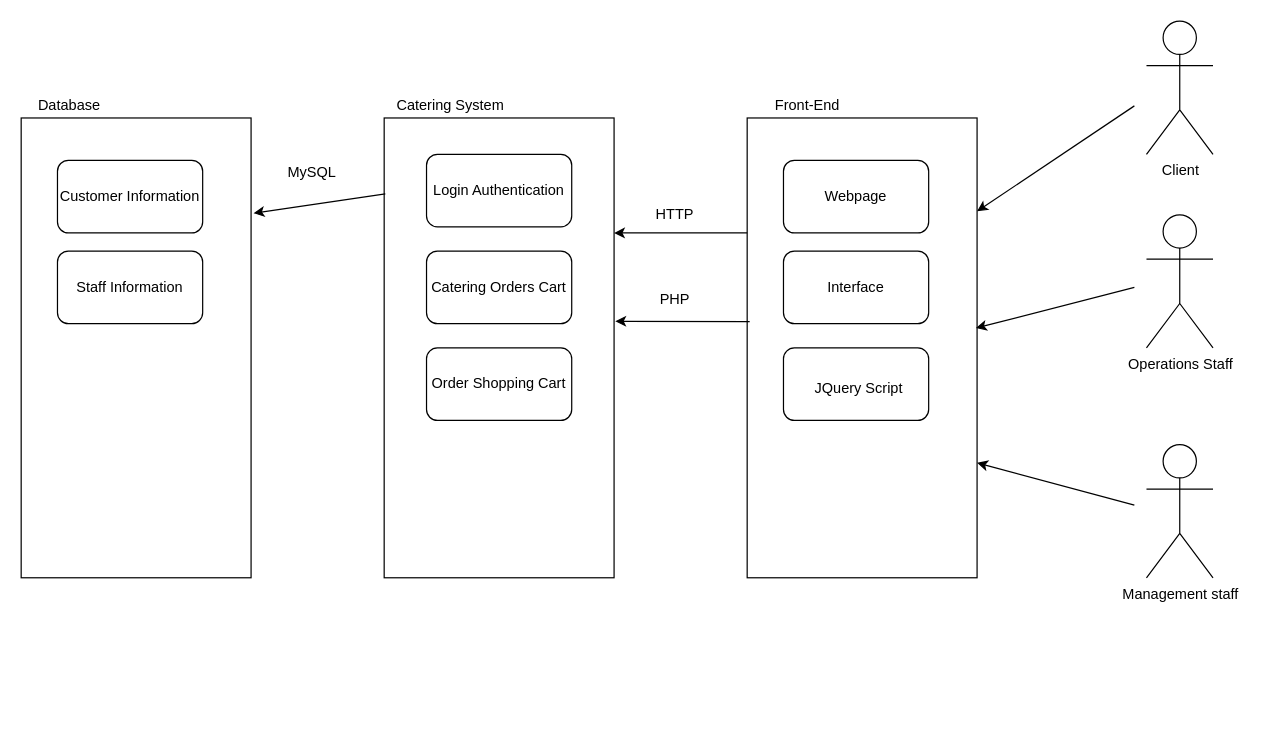
Earlier version of the draw.io diagram highLevelPasstask2DP2.drawio (LastMinuteBanter/DistinctionTaskUML). Source tidied: cells renumbered, new cells numbered last; positions are measured from the earlier drawing's top-left corner, leaving out a move shared by most shapes. Both pictures are drawn from the tidied source at 121%, with x=0, y=0 at pixel (21, 21).
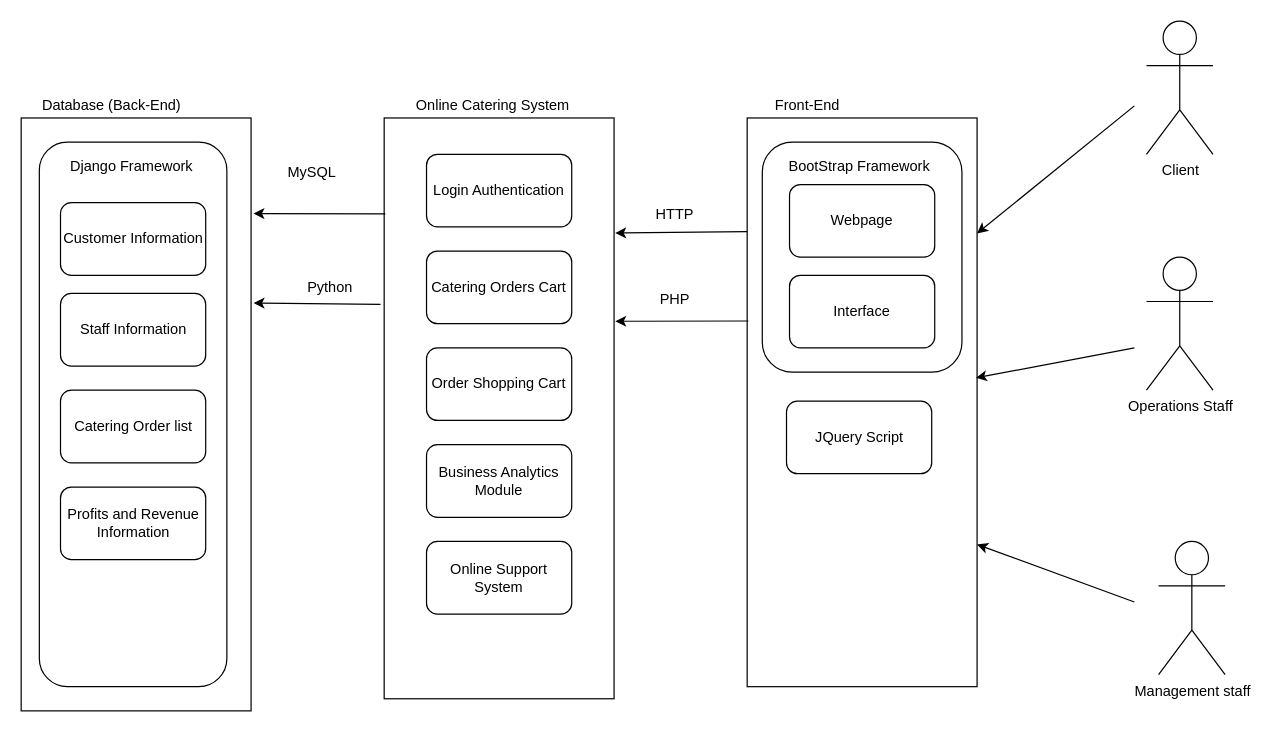
Above is the later version.

Diff of the diagram source:
```diff
@@
     <mxCell id="2" style="rounded=0;whiteSpace=wrap;html=1;" parent="1" vertex="1">
-      <mxGeometry x="600" y="80" width="190" height="380" as="geometry" />
+      <mxGeometry x="600" y="80" width="190" height="470" as="geometry" />
     </mxCell>
+    <mxCell id="32" style="rounded=1;whiteSpace=wrap;html=1;" parent="1" vertex="1">
+      <mxGeometry x="612.5" y="100" width="165" height="190" as="geometry" />
+    </mxCell>
+    <mxCell id="7" style="rounded=0;whiteSpace=wrap;html=1;" parent="1" vertex="1">
+      <mxGeometry y="80" width="190" height="490" as="geometry" />
+    </mxCell>
+    <mxCell id="33" style="rounded=1;whiteSpace=wrap;html=1;" parent="1" vertex="1">
+      <mxGeometry x="15" y="100" width="155" height="450" as="geometry" />
+    </mxCell>
-    <mxCell id="3" style="rounded=1;whiteSpace=wrap;html=1;" parent="1" vertex="1">
-      <mxGeometry x="630" y="115" width="120" height="60" as="geometry" />
+    <mxCell id="3" value="Webpage" style="rounded=1;whiteSpace=wrap;html=1;" parent="1" vertex="1">
+      <mxGeometry x="635" y="135" width="120" height="60" as="geometry" />
     </mxCell>
-    <mxCell id="4" style="rounded=1;whiteSpace=wrap;html=1;" parent="1" vertex="1">
-      <mxGeometry x="35" y="110" width="120" height="70" as="geometry" />
-    </mxCell>
@@
-    <mxCell id="6" value="Webpage" style="text;html=1;strokeColor=none;fillColor=none;align=center;verticalAlign=middle;whiteSpace=wrap;rounded=0;" parent="1" vertex="1">
-      <mxGeometry x="660" y="130" width="60" height="30" as="geometry" />
-    </mxCell>
-    <mxCell id="7" style="rounded=0;whiteSpace=wrap;html=1;" parent="1" vertex="1">
-      <mxGeometry y="80" width="190" height="380" as="geometry" />
-    </mxCell>
     <mxCell id="8" style="rounded=0;whiteSpace=wrap;html=1;" parent="1" vertex="1">
-      <mxGeometry x="300" y="80" width="190" height="380" as="geometry" />
+      <mxGeometry x="300" y="80" width="190" height="480" as="geometry" />
     </mxCell>
@@
-    <mxCell id="10" value="Database" style="text;html=1;strokeColor=none;fillColor=none;align=center;verticalAlign=middle;whiteSpace=wrap;rounded=0;" parent="1" vertex="1">
-      <mxGeometry y="60" width="80" height="20" as="geometry" />
+    <mxCell id="10" value="Database (Back-End)" style="text;html=1;strokeColor=none;fillColor=none;align=center;verticalAlign=middle;whiteSpace=wrap;rounded=0;" parent="1" vertex="1">
+      <mxGeometry y="60" width="150" height="20" as="geometry" />
     </mxCell>
-    <mxCell id="11" value="Catering System" style="text;html=1;strokeColor=none;fillColor=none;align=center;verticalAlign=middle;whiteSpace=wrap;rounded=0;" parent="1" vertex="1">
-      <mxGeometry x="300" y="60" width="110" height="20" as="geometry" />
+    <mxCell id="11" value="Online Catering System" style="text;html=1;strokeColor=none;fillColor=none;align=center;verticalAlign=middle;whiteSpace=wrap;rounded=0;" parent="1" vertex="1">
+      <mxGeometry x="300" y="60" width="180" height="20" as="geometry" />
     </mxCell>
     <mxCell id="12" value="Customer Information" style="rounded=1;whiteSpace=wrap;html=1;" parent="1" vertex="1">
-      <mxGeometry x="30" y="115" width="120" height="60" as="geometry" />
+      <mxGeometry x="32.5" y="150" width="120" height="60" as="geometry" />
     </mxCell>
@@
     <mxCell id="14" value="Staff Information" style="rounded=1;whiteSpace=wrap;html=1;" parent="1" vertex="1">
-      <mxGeometry x="30" y="190" width="120" height="60" as="geometry" />
+      <mxGeometry x="32.5" y="225" width="120" height="60" as="geometry" />
     </mxCell>
@@
     <mxCell id="16" value="Operations Staff" style="shape=umlActor;verticalLabelPosition=bottom;verticalAlign=top;html=1;" parent="1" vertex="1">
-      <mxGeometry x="930" y="160" width="55" height="110" as="geometry" />
+      <mxGeometry x="930" y="195" width="55" height="110" as="geometry" />
     </mxCell>
     <mxCell id="17" value="Management staff" style="shape=umlActor;verticalLabelPosition=bottom;verticalAlign=top;html=1;" parent="1" vertex="1">
-      <mxGeometry x="930" y="350" width="55" height="110" as="geometry" />
+      <mxGeometry x="940" y="430" width="55" height="110" as="geometry" />
     </mxCell>
@@
-    <mxCell id="19" style="endArrow=classic;html=1;entryX=1;entryY=0.25;entryDx=0;entryDy=0;exitX=0;exitY=0.25;exitDx=0;exitDy=0;" parent="1" edge="1" source="2" target="8">
+    <mxCell id="19" style="endArrow=classic;html=1;entryX=1.005;entryY=0.198;entryDx=0;entryDy=0;exitX=0;exitY=0.2;exitDx=0;exitDy=0;entryPerimeter=0;exitPerimeter=0;" parent="1" edge="1" source="2" target="8">
       <mxGeometry relative="1" as="geometry" />
     </mxCell>
@@
     <mxCell id="21" style="endArrow=classic;html=1;entryX=0.995;entryY=0.457;entryDx=0;entryDy=0;entryPerimeter=0;" parent="1" edge="1" target="2">
       <mxGeometry relative="1" as="geometry">
-        <mxPoint x="920" y="220" as="sourcePoint" />
+        <mxPoint x="920" y="270" as="sourcePoint" />
       </mxGeometry>
     </mxCell>
     <mxCell id="22" style="endArrow=classic;html=1;entryX=1;entryY=0.75;entryDx=0;entryDy=0;" parent="1" edge="1" target="2">
       <mxGeometry relative="1" as="geometry">
-        <mxPoint x="920" y="400" as="sourcePoint" />
+        <mxPoint x="920" y="480" as="sourcePoint" />
       </mxGeometry>
     </mxCell>
@@
-    <mxCell id="24" style="rounded=1;whiteSpace=wrap;html=1;" parent="1" vertex="1">
-      <mxGeometry x="630" y="190" width="120" height="60" as="geometry" />
+    <mxCell id="24" value="Interface" style="rounded=1;whiteSpace=wrap;html=1;" parent="1" vertex="1">
+      <mxGeometry x="635" y="210" width="120" height="60" as="geometry" />
     </mxCell>
-    <mxCell id="25" value="Interface" style="text;html=1;strokeColor=none;fillColor=none;align=center;verticalAlign=middle;whiteSpace=wrap;rounded=0;" parent="1" vertex="1">
-      <mxGeometry x="655" y="210" width="70" height="20" as="geometry" />
-    </mxCell>
-    <mxCell id="26" style="rounded=1;whiteSpace=wrap;html=1;" parent="1" vertex="1">
-      <mxGeometry x="630" y="270" width="120" height="60" as="geometry" />
+    <mxCell id="26" value="JQuery Script" style="rounded=1;whiteSpace=wrap;html=1;" parent="1" vertex="1">
+      <mxGeometry x="632.5" y="314" width="120" height="60" as="geometry" />
     </mxCell>
-    <mxCell id="27" value="JQuery Script" style="text;html=1;strokeColor=none;fillColor=none;align=center;verticalAlign=middle;whiteSpace=wrap;rounded=0;" parent="1" vertex="1">
-      <mxGeometry x="655" y="294" width="75" height="20" as="geometry" />
-    </mxCell>
-    <mxCell id="28" style="endArrow=classic;html=1;entryX=1.011;entryY=0.207;entryDx=0;entryDy=0;entryPerimeter=0;exitX=0.005;exitY=0.165;exitDx=0;exitDy=0;exitPerimeter=0;" parent="1" edge="1" source="8" target="7">
-      <mxGeometry relative="1" as="geometry" />
+    <mxCell id="28" style="endArrow=classic;html=1;exitX=0.005;exitY=0.165;exitDx=0;exitDy=0;exitPerimeter=0;" parent="1" edge="1" source="8">
+      <mxGeometry relative="1" as="geometry">
+        <mxPoint x="192" y="159" as="targetPoint" />
+      </mxGeometry>
     </mxCell>
@@
-    <mxCell id="30" style="endArrow=classic;html=1;exitX=0.011;exitY=0.443;exitDx=0;exitDy=0;exitPerimeter=0;" parent="1" edge="1" source="2">
+    <mxCell id="30" style="endArrow=classic;html=1;exitX=0.005;exitY=0.357;exitDx=0;exitDy=0;exitPerimeter=0;" parent="1" edge="1" source="2">
       <mxGeometry relative="1" as="geometry">
         <mxPoint x="491" y="248" as="targetPoint" />
       </mxGeometry>
     </mxCell>
@@
+    <mxCell id="34" value="Business Analytics Module" style="rounded=1;whiteSpace=wrap;html=1;" parent="1" vertex="1">
+      <mxGeometry x="335" y="350" width="120" height="60" as="geometry" />
+    </mxCell>
+    <mxCell id="35" value="Catering Order list" style="rounded=1;whiteSpace=wrap;html=1;" parent="1" vertex="1">
+      <mxGeometry x="32.5" y="305" width="120" height="60" as="geometry" />
+    </mxCell>
+    <mxCell id="36" value="Profits and Revenue Information" style="rounded=1;whiteSpace=wrap;html=1;" parent="1" vertex="1">
+      <mxGeometry x="32.5" y="385" width="120" height="60" as="geometry" />
+    </mxCell>
+    <mxCell id="37" style="endArrow=classic;html=1;entryX=1.011;entryY=0.312;entryDx=0;entryDy=0;entryPerimeter=0;exitX=-0.016;exitY=0.321;exitDx=0;exitDy=0;exitPerimeter=0;" parent="1" edge="1" source="8" target="7">
+      <mxGeometry relative="1" as="geometry" />
+    </mxCell>
+    <mxCell id="38" value="Python" style="text;html=1;align=center;verticalAlign=middle;" parent="1" vertex="1">
+      <mxGeometry x="230" y="210" width="50" height="20" as="geometry" />
+    </mxCell>
+    <mxCell id="39" value="Django Framework" style="text;html=1;strokeColor=none;fillColor=none;align=center;verticalAlign=middle;whiteSpace=wrap;rounded=0;" parent="1" vertex="1">
+      <mxGeometry x="32.5" y="110" width="117" height="20" as="geometry" />
+    </mxCell>
+    <mxCell id="40" value="BootStrap Framework" style="text;html=1;strokeColor=none;fillColor=none;align=center;verticalAlign=middle;whiteSpace=wrap;rounded=0;" parent="1" vertex="1">
+      <mxGeometry x="628.8" y="110" width="127.5" height="20" as="geometry" />
+    </mxCell>
+    <mxCell id="41" value="Online Support System" style="rounded=1;whiteSpace=wrap;html=1;" parent="1" vertex="1">
+      <mxGeometry x="335" y="430" width="120" height="60" as="geometry" />
+    </mxCell>
```
